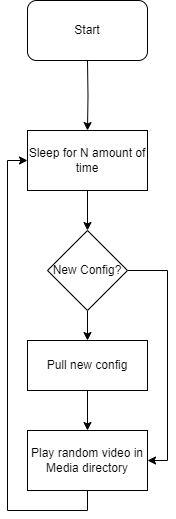
exersalza/move-alarm keeps this draw.io diagram as src/client.drawio.png. Above is the earlier version. Source tidied: cells renumbered, new cells last; positions are measured from the earlier drawing's top-left corner, leaving out a move shared by most shapes.
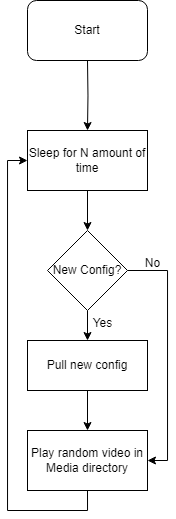
After the change.

What changed in the source:
```diff
@@ -37,5 +37,11 @@
     <mxCell id="12" value="Start" style="rounded=1;whiteSpace=wrap;html=1;" parent="1" vertex="1">
       <mxGeometry width="120" height="60" as="geometry" />
     </mxCell>
+    <mxCell id="13" value="No" style="text;html=1;align=center;verticalAlign=middle;strokeColor=none;fillColor=none;" parent="1" vertex="1">
+      <mxGeometry x="105" y="248" width="40" height="30" as="geometry" />
+    </mxCell>
+    <mxCell id="14" value="Yes" style="text;html=1;align=center;verticalAlign=middle;strokeColor=none;fillColor=none;" parent="1" vertex="1">
+      <mxGeometry x="55" y="308" width="40" height="30" as="geometry" />
+    </mxCell>
   </root>
 </mxGraphModel>
```
